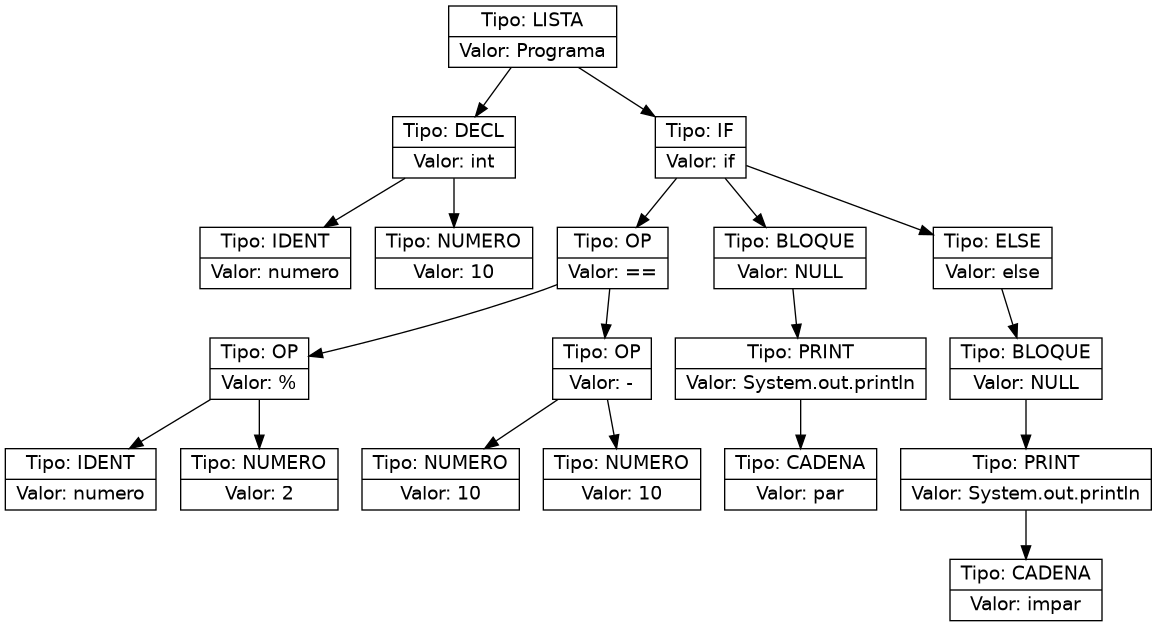
The Graphviz diagram ast.png in Farot30/OLC2_2s2025_202307820, before a commit. Its source is kept beside it as ast.dot.
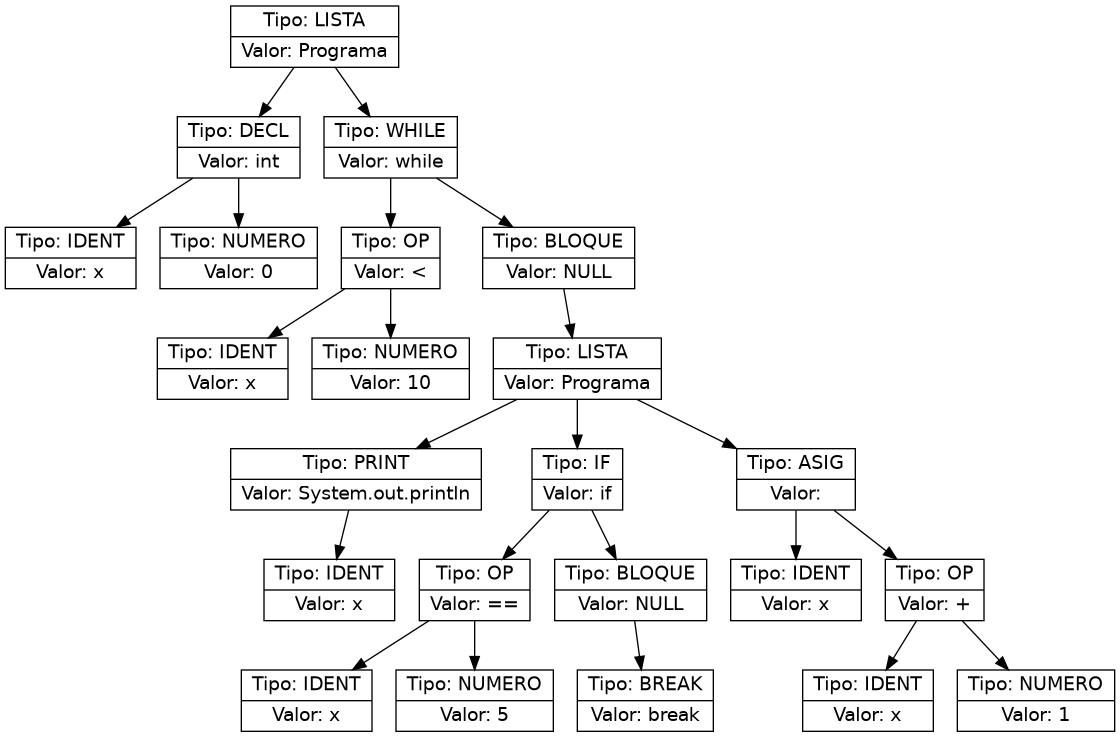
Later version of the same file.

What changed in the source:
```diff
@@ -1,40 +1,48 @@
 digraph AST {
   node [shape=record,fontname="Helvetica"];
-  n0x5d1169a16470 [label="{Tipo: LISTA|Valor: Programa}"];
-  n0x5d1169a16470 -> n0x5d11698583a0;
-  n0x5d11698583a0 [label="{Tipo: DECL|Valor: int}"];
-  n0x5d11698583a0 -> n0x5d1169c1a360;
-  n0x5d1169c1a360 [label="{Tipo: IDENT|Valor: numero}"];
-  n0x5d11698583a0 -> n0x5d1169a16d80;
-  n0x5d1169a16d80 [label="{Tipo: NUMERO|Valor: 10}"];
-  n0x5d1169a16470 -> n0x5d116985cfe0;
-  n0x5d116985cfe0 [label="{Tipo: IF|Valor: if}"];
-  n0x5d116985cfe0 -> n0x5d116986b760;
-  n0x5d116986b760 [label="{Tipo: OP|Valor: ==}"];
-  n0x5d116986b760 -> n0x5d116986b400;
-  n0x5d116986b400 [label="{Tipo: OP|Valor: %}"];
-  n0x5d116986b400 -> n0x5d1169a7dc30;
-  n0x5d1169a7dc30 [label="{Tipo: IDENT|Valor: numero}"];
-  n0x5d116986b400 -> n0x5d116986bba0;
-  n0x5d116986bba0 [label="{Tipo: NUMERO|Valor: 2}"];
-  n0x5d116986b760 -> n0x5d116985c6e0;
-  n0x5d116985c6e0 [label="{Tipo: OP|Valor: -}"];
-  n0x5d116985c6e0 -> n0x5d1169af52c0;
-  n0x5d1169af52c0 [label="{Tipo: NUMERO|Valor: 10}"];
-  n0x5d116985c6e0 -> n0x5d1169c197d0;
-  n0x5d1169c197d0 [label="{Tipo: NUMERO|Valor: 10}"];
-  n0x5d116985cfe0 -> n0x5d1169a1cf60;
-  n0x5d1169a1cf60 [label="{Tipo: BLOQUE|Valor: NULL}"];
-  n0x5d1169a1cf60 -> n0x5d1169b41180;
-  n0x5d1169b41180 [label="{Tipo: PRINT|Valor: System.out.println}"];
-  n0x5d1169b41180 -> n0x5d1169a17280;
-  n0x5d1169a17280 [label="{Tipo: CADENA|Valor: par}"];
-  n0x5d116985cfe0 -> n0x5d1169a172d0;
-  n0x5d1169a172d0 [label="{Tipo: ELSE|Valor: else}"];
-  n0x5d1169a172d0 -> n0x5d1169b2afc0;
-  n0x5d1169b2afc0 [label="{Tipo: BLOQUE|Valor: NULL}"];
-  n0x5d1169b2afc0 -> n0x5d11697fc7c0;
-  n0x5d11697fc7c0 [label="{Tipo: PRINT|Valor: System.out.println}"];
-  n0x5d11697fc7c0 -> n0x5d11698416c0;
-  n0x5d11698416c0 [label="{Tipo: CADENA|Valor: impar}"];
+  n0x599555ebe1a0 [label="{Tipo: LISTA|Valor: Programa}"];
+  n0x599555ebe1a0 -> n0x599555d265a0;
+  n0x599555d265a0 [label="{Tipo: DECL|Valor: int}"];
+  n0x599555d265a0 -> n0x599555ec1ef0;
+  n0x599555ec1ef0 [label="{Tipo: IDENT|Valor: x}"];
+  n0x599555d265a0 -> n0x599555ce6910;
+  n0x599555ce6910 [label="{Tipo: NUMERO|Valor: 0}"];
+  n0x599555ebe1a0 -> n0x59955596ab80;
+  n0x59955596ab80 [label="{Tipo: WHILE|Valor: while}"];
+  n0x59955596ab80 -> n0x599555939ee0;
+  n0x599555939ee0 [label="{Tipo: OP|Valor: &lt;}"];
+  n0x599555939ee0 -> n0x599555f7a380;
+  n0x599555f7a380 [label="{Tipo: IDENT|Valor: x}"];
+  n0x599555939ee0 -> n0x599555cb44f0;
+  n0x599555cb44f0 [label="{Tipo: NUMERO|Valor: 10}"];
+  n0x59955596ab80 -> n0x599555cbe1d0;
+  n0x599555cbe1d0 [label="{Tipo: BLOQUE|Valor: NULL}"];
+  n0x599555cbe1d0 -> n0x599555ce2ba0;
+  n0x599555ce2ba0 [label="{Tipo: LISTA|Valor: Programa}"];
+  n0x599555ce2ba0 -> n0x599555ec3d90;
+  n0x599555ec3d90 [label="{Tipo: PRINT|Valor: System.out.println}"];
+  n0x599555ec3d90 -> n0x599555b289b0;
+  n0x599555b289b0 [label="{Tipo: IDENT|Valor: x}"];
+  n0x599555ce2ba0 -> n0x599555ea0560;
+  n0x599555ea0560 [label="{Tipo: IF|Valor: if}"];
+  n0x599555ea0560 -> n0x599555e89580;
+  n0x599555e89580 [label="{Tipo: OP|Valor: ==}"];
+  n0x599555e89580 -> n0x599555b436c0;
+  n0x599555b436c0 [label="{Tipo: IDENT|Valor: x}"];
+  n0x599555e89580 -> n0x599555e248d0;
+  n0x599555e248d0 [label="{Tipo: NUMERO|Valor: 5}"];
+  n0x599555ea0560 -> n0x599555c1edf0;
+  n0x599555c1edf0 [label="{Tipo: BLOQUE|Valor: NULL}"];
+  n0x599555c1edf0 -> n0x599555e8a400;
+  n0x599555e8a400 [label="{Tipo: BREAK|Valor: break}"];
+  n0x599555ce2ba0 -> n0x599555abad20;
+  n0x599555abad20 [label="{Tipo: ASIG|Valor: }"];
+  n0x599555abad20 -> n0x599555ce65a0;
+  n0x599555ce65a0 [label="{Tipo: IDENT|Valor: x}"];
+  n0x599555abad20 -> n0x599555e873b0;
+  n0x599555e873b0 [label="{Tipo: OP|Valor: +}"];
+  n0x599555e873b0 -> n0x599555b43090;
+  n0x599555b43090 [label="{Tipo: IDENT|Valor: x}"];
+  n0x599555e873b0 -> n0x599555e9e200;
+  n0x599555e9e200 [label="{Tipo: NUMERO|Valor: 1}"];
 }
```
